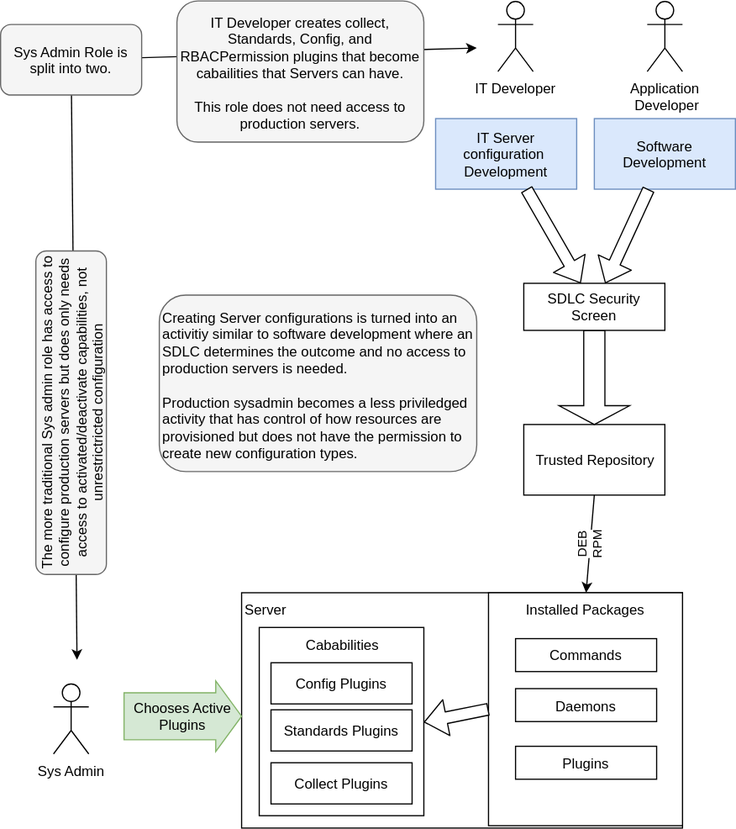
junga-com/bg-core keeps this draw.io diagram as doc/distributedConfiguration.svg. Above is the earlier version. Source tidied: cells renumbered, new cells last; positions are measured from the earlier drawing's top-left corner, leaving out a move shared by most shapes.
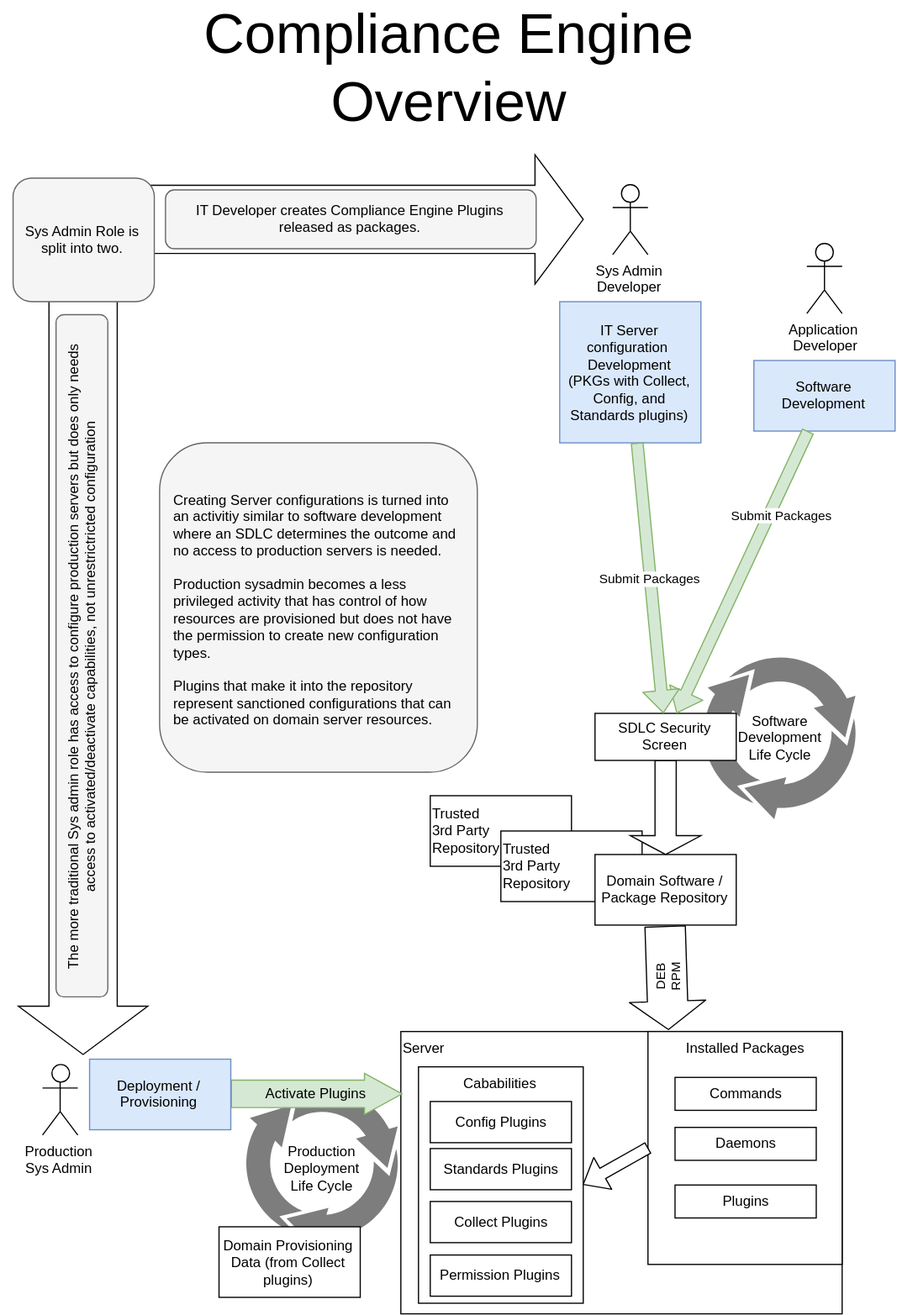
After the change.

What changed in the source:
```diff
@@ -2,93 +2,114 @@
   <root>
     <mxCell id="0" />
     <mxCell id="1" parent="0" />
+    <mxCell id="30" value="Production&lt;br&gt;Deployment&lt;br&gt;Life Cycle&lt;br&gt;" style="shadow=0;dashed=0;html=1;strokeColor=none;labelPosition=center;verticalLabelPosition=middle;verticalAlign=middle;align=center;shape=mxgraph.mscae.general.continuous_cycle;fillColor=#7D7D7D;" parent="1" vertex="1">
+      <mxGeometry x="288" y="851" width="134" height="140" as="geometry" />
+    </mxCell>
+    <mxCell id="31" value="Software&lt;br&gt;Development&lt;br&gt;Life Cycle&lt;br&gt;" style="shadow=0;dashed=0;html=1;strokeColor=none;labelPosition=center;verticalLabelPosition=middle;verticalAlign=middle;align=center;shape=mxgraph.mscae.general.continuous_cycle;fillColor=#7D7D7D;" parent="1" vertex="1">
+      <mxGeometry x="677" y="485" width="134" height="140" as="geometry" />
+    </mxCell>
+    <mxCell id="32" value="Trusted&lt;br&gt;3rd&amp;nbsp;&lt;span&gt;Party&lt;br&gt;Repository&lt;/span&gt;&lt;br&gt;" style="rounded=0;whiteSpace=wrap;html=1;align=left;" parent="1" vertex="1">
+      <mxGeometry x="447" y="605" width="120" height="60" as="geometry" />
+    </mxCell>
+    <mxCell id="33" value="Trusted&lt;br&gt;3rd&amp;nbsp;&lt;span&gt;Party&lt;br&gt;Repository&lt;/span&gt;&lt;br&gt;" style="rounded=0;whiteSpace=wrap;html=1;align=left;" parent="1" vertex="1">
+      <mxGeometry x="507" y="635" width="120" height="60" as="geometry" />
+    </mxCell>
+    <mxCell id="34" style="html=1;shadow=0;dashed=0;align=center;verticalAlign=middle;shape=mxgraph.arrows2.bendDoubleArrow;dy=29;dx=41;arrowHead=110;rounded=0;fontStyle=1;" parent="1" vertex="1">
+      <mxGeometry x="97" y="60" width="480" height="765" as="geometry" />
+    </mxCell>
-    <mxCell id="2" value="Trusted Repository" style="rounded=0;whiteSpace=wrap;html=1;" parent="1" vertex="1">
-      <mxGeometry x="522" y="360" width="120" height="60" as="geometry" />
+    <mxCell id="2" value="Domain Software / Package Repository" style="rounded=0;whiteSpace=wrap;html=1;" parent="1" vertex="1">
+      <mxGeometry x="587" y="655" width="120" height="60" as="geometry" />
     </mxCell>
     <mxCell id="3" value="&lt;div style=&quot;text-align: left&quot;&gt;&lt;span&gt;Server&lt;/span&gt;&lt;/div&gt;" style="rounded=0;whiteSpace=wrap;html=1;align=left;verticalAlign=top;" parent="1" vertex="1">
-      <mxGeometry x="282" y="503" width="375" height="200" as="geometry" />
+      <mxGeometry x="422" y="805.5" width="375" height="240" as="geometry" />
     </mxCell>
     <mxCell id="4" value="Cababilities" style="rounded=0;whiteSpace=wrap;html=1;align=center;verticalAlign=top;" parent="1" vertex="1">
-      <mxGeometry x="297" y="532.5" width="140" height="160" as="geometry" />
+      <mxGeometry x="437" y="835.5" width="140" height="201" as="geometry" />
     </mxCell>
     <mxCell id="5" value="Installed Packages" style="rounded=0;whiteSpace=wrap;html=1;align=center;verticalAlign=top;" parent="1" vertex="1">
-      <mxGeometry x="492" y="503" width="165" height="198" as="geometry" />
+      <mxGeometry x="632" y="805.5" width="165" height="198" as="geometry" />
     </mxCell>
-    <mxCell id="6" value="DEB&lt;br&gt;RPM" style="endArrow=classic;html=1;entryX=0.5;entryY=0;exitX=0.5;exitY=1;horizontal=0;" parent="1" edge="1" source="2" target="5">
-      <mxGeometry relative="1" as="geometry" />
+    <mxCell id="6" value="DEB&lt;br&gt;RPM" style="endArrow=classic;html=1;entryX=0.106;entryY=-0.006;exitX=0.5;exitY=1;horizontal=0;shape=flexArrow;endWidth=29.59183673469388;endSize=7.671428571428572;width=34.285714285714285;entryPerimeter=0;" parent="1" edge="1" source="2" target="5">
+      <mxGeometry y="1" relative="1" as="geometry">
+        <mxPoint y="-1" as="offset" />
+      </mxGeometry>
     </mxCell>
     <mxCell id="7" value="Collect Plugins" style="rounded=0;whiteSpace=wrap;html=1;align=center;" parent="1" vertex="1">
-      <mxGeometry x="307" y="647.5" width="120" height="35" as="geometry" />
+      <mxGeometry x="447" y="950" width="120" height="35" as="geometry" />
     </mxCell>
     <mxCell id="8" value="Standards Plugins" style="rounded=0;whiteSpace=wrap;html=1;align=center;" parent="1" vertex="1">
-      <mxGeometry x="307" y="602.5" width="120" height="35" as="geometry" />
+      <mxGeometry x="447" y="905" width="120" height="35" as="geometry" />
     </mxCell>
     <mxCell id="9" value="Config Plugins" style="rounded=0;whiteSpace=wrap;html=1;align=center;" parent="1" vertex="1">
-      <mxGeometry x="307" y="562.5" width="120" height="35" as="geometry" />
+      <mxGeometry x="447" y="865" width="120" height="35" as="geometry" />
     </mxCell>
     <mxCell id="10" value="Commands" style="rounded=0;whiteSpace=wrap;html=1;" parent="1" vertex="1">
-      <mxGeometry x="515" y="542" width="120" height="28" as="geometry" />
+      <mxGeometry x="655" y="844.5" width="120" height="28" as="geometry" />
     </mxCell>
     <mxCell id="11" value="Daemons" style="rounded=0;whiteSpace=wrap;html=1;" parent="1" vertex="1">
-      <mxGeometry x="515" y="584.5" width="120" height="28" as="geometry" />
+      <mxGeometry x="655" y="887" width="120" height="28" as="geometry" />
     </mxCell>
     <mxCell id="12" value="Plugins" style="rounded=0;whiteSpace=wrap;html=1;" parent="1" vertex="1">
-      <mxGeometry x="515" y="633.5" width="120" height="28" as="geometry" />
+      <mxGeometry x="655" y="936" width="120" height="28" as="geometry" />
     </mxCell>
     <mxCell id="13" style="shape=flexArrow;endArrow=classic;html=1;fillColor=#ffffff;exitX=0;exitY=0.5;entryX=1;entryY=0.5;" parent="1" edge="1" source="5" target="4">
       <mxGeometry relative="1" as="geometry" />
     </mxCell>
     <mxCell id="14" style="shape=singleArrow;direction=south;whiteSpace=wrap;html=1;align=center;" parent="1" vertex="1">
-      <mxGeometry x="552" y="280" width="60" height="80" as="geometry" />
+      <mxGeometry x="617" y="575" width="60" height="80" as="geometry" />
     </mxCell>
     <mxCell id="15" value="SDLC Security Screen" style="rounded=0;whiteSpace=wrap;html=1;" parent="1" vertex="1">
-      <mxGeometry x="522" y="240" width="120" height="40" as="geometry" />
+      <mxGeometry x="587" y="535" width="120" height="40" as="geometry" />
     </mxCell>
     <mxCell id="16" value="Software Development" style="rounded=0;whiteSpace=wrap;html=1;fillColor=#dae8fc;strokeColor=#6c8ebf;" parent="1" vertex="1">
-      <mxGeometry x="582" y="100" width="120" height="60" as="geometry" />
+      <mxGeometry x="722" y="235" width="120" height="60" as="geometry" />
     </mxCell>
-    <mxCell id="17" value="IT Server configuration&amp;nbsp; Development" style="rounded=0;whiteSpace=wrap;html=1;fillColor=#dae8fc;strokeColor=#6c8ebf;" parent="1" vertex="1">
-      <mxGeometry x="447" y="100" width="120" height="60" as="geometry" />
+    <mxCell id="17" value="IT Server configuration&amp;nbsp; Development&lt;br&gt;(PKGs with Collect, Config, and Standards plugins)&lt;br&gt;" style="rounded=0;whiteSpace=wrap;html=1;fillColor=#dae8fc;strokeColor=#6c8ebf;" parent="1" vertex="1">
+      <mxGeometry x="557" y="185" width="120" height="120" as="geometry" />
     </mxCell>
-    <mxCell id="18" style="shape=flexArrow;endArrow=classic;html=1;fillColor=#ffffff;" parent="1" edge="1" source="16" target="15">
-      <mxGeometry relative="1" as="geometry" />
+    <mxCell id="18" value="Submit Packages" style="shape=flexArrow;endArrow=classic;html=1;fillColor=#d5e8d4;horizontal=1;strokeColor=#82b366;comic=0;" parent="1" edge="1" source="16" target="15">
+      <mxGeometry x="-0.45" y="10" relative="1" as="geometry">
+        <mxPoint y="1" as="offset" />
+      </mxGeometry>
     </mxCell>
-    <mxCell id="19" style="shape=flexArrow;endArrow=classic;html=1;fillColor=#ffffff;" parent="1" edge="1" source="17" target="15">
+    <mxCell id="19" value="Submit Packages" style="shape=flexArrow;endArrow=classic;html=1;fillColor=#d5e8d4;strokeColor=#82b366;" parent="1" edge="1" source="17" target="15">
       <mxGeometry relative="1" as="geometry" />
     </mxCell>
-    <mxCell id="20" value="IT Developer" style="shape=umlActor;verticalLabelPosition=bottom;labelBackgroundColor=#ffffff;verticalAlign=top;html=1;align=center;" parent="1" vertex="1">
-      <mxGeometry x="500" width="30" height="60" as="geometry" />
+    <mxCell id="20" value="Sys Admin&lt;br&gt;Developer" style="shape=umlActor;verticalLabelPosition=bottom;labelBackgroundColor=#ffffff;verticalAlign=top;html=1;align=center;" parent="1" vertex="1">
+      <mxGeometry x="602" y="85" width="30" height="60" as="geometry" />
     </mxCell>
     <mxCell id="21" value="Application&lt;br&gt;&amp;nbsp;Developer" style="shape=umlActor;verticalLabelPosition=bottom;labelBackgroundColor=#ffffff;verticalAlign=top;html=1;align=center;" parent="1" vertex="1">
-      <mxGeometry x="627" width="30" height="60" as="geometry" />
+      <mxGeometry x="767" y="135" width="30" height="60" as="geometry" />
     </mxCell>
-    <mxCell id="22" value="Sys Admin" style="shape=umlActor;verticalLabelPosition=bottom;labelBackgroundColor=#ffffff;verticalAlign=top;html=1;align=center;" parent="1" vertex="1">
-      <mxGeometry x="122" y="580" width="30" height="60" as="geometry" />
+    <mxCell id="22" value="Production&lt;br&gt;Sys Admin" style="shape=umlActor;verticalLabelPosition=bottom;labelBackgroundColor=#ffffff;verticalAlign=top;html=1;align=center;" parent="1" vertex="1">
+      <mxGeometry x="117.5" y="833.5" width="30" height="60" as="geometry" />
     </mxCell>
-    <mxCell id="23" value="Chooses Active&lt;br&gt;Plugins&lt;br&gt;" style="shape=singleArrow;whiteSpace=wrap;html=1;align=center;arrowWidth=0.6666666666666666;arrowSize=0.22;fillColor=#d5e8d4;strokeColor=#82b366;" parent="1" vertex="1">
-      <mxGeometry x="182" y="578" width="100" height="60" as="geometry" />
+    <mxCell id="23" value="Activate&amp;nbsp;Plugins&lt;br&gt;" style="shape=singleArrow;whiteSpace=wrap;html=1;align=center;arrowWidth=0.6666666666666666;arrowSize=0.22;fillColor=#d5e8d4;strokeColor=#82b366;" parent="1" vertex="1">
+      <mxGeometry x="278" y="841" width="145" height="35" as="geometry" />
     </mxCell>
-    <mxCell id="24" style="rounded=0;html=1;jettySize=auto;" parent="1" edge="1" source="26">
-      <mxGeometry relative="1" as="geometry">
-        <mxPoint x="142" y="560" as="targetPoint" />
-      </mxGeometry>
-    </mxCell>
-    <mxCell id="25" style="edgeStyle=none;rounded=0;html=1;jettySize=auto;" parent="1" edge="1" source="26">
-      <mxGeometry relative="1" as="geometry">
-        <mxPoint x="482" y="40" as="targetPoint" />
-      </mxGeometry>
-    </mxCell>
     <mxCell id="26" value="&lt;span&gt;Sys Admin Role is split into two.&lt;/span&gt;" style="rounded=1;whiteSpace=wrap;html=1;align=center;fillColor=#f5f5f5;strokeColor=#666666;" parent="1" vertex="1">
-      <mxGeometry x="77" y="20" width="120" height="60" as="geometry" />
+      <mxGeometry x="92.5" y="80" width="120" height="105" as="geometry" />
     </mxCell>
-    <mxCell id="27" value="IT Developer creates collect, Standards, Config, and RBACPermission plugins that become cabailities that Servers can have.&lt;br&gt;&lt;br&gt;This role does not need access to production servers.&lt;br&gt;" style="rounded=1;whiteSpace=wrap;html=1;align=center;fillColor=#f5f5f5;strokeColor=#666666;" parent="1" vertex="1">
-      <mxGeometry x="227" width="210" height="120" as="geometry" />
+    <mxCell id="27" value="IT Developer creates Compliance Engine Plugins released as packages.&lt;br&gt;" style="rounded=1;whiteSpace=wrap;html=1;align=center;fillColor=#f5f5f5;strokeColor=#666666;spacing=3;" parent="1" vertex="1">
+      <mxGeometry x="222" y="90" width="315" height="50" as="geometry" />
     </mxCell>
-    <mxCell id="28" value="The more traditional Sys admin role has access to configure production servers but does only needs access to activated/deactivate capabilities, not unrestrictricted configuration" style="rounded=1;whiteSpace=wrap;html=1;align=center;rotation=-90;fillColor=#f5f5f5;strokeColor=#666666;" parent="1" vertex="1">
-      <mxGeometry x="-0.5" y="320" width="275" height="60" as="geometry" />
+    <mxCell id="28" value="The more traditional Sys admin role has access to configure production servers but does only needs access to activated/deactivate capabilities, not unrestrictricted configuration" style="rounded=1;whiteSpace=wrap;html=1;align=center;rotation=-90;fillColor=#f5f5f5;strokeColor=#666666;spacing=8;" parent="1" vertex="1">
+      <mxGeometry x="-139" y="464" width="580" height="44" as="geometry" />
     </mxCell>
-    <mxCell id="29" value="Creating Server configurations is turned into an activitiy similar to software development where an SDLC determines the outcome and no access to production servers is needed.&amp;nbsp;&lt;br&gt;&lt;br&gt;Production sysadmin becomes a less priviledged activity that has control of how resources are provisioned but does not have the permission to create new configuration types.&lt;br&gt;" style="rounded=1;whiteSpace=wrap;html=1;fillColor=#f5f5f5;strokeColor=#666666;align=left;" parent="1" vertex="1">
-      <mxGeometry x="212" y="250" width="270" height="150" as="geometry" />
+    <mxCell id="29" value="Creating Server configurations is turned into an activitiy similar to software development where an SDLC determines the outcome and no access to production servers is needed.&amp;nbsp;&lt;br&gt;&lt;br&gt;Production sysadmin becomes a less privileged activity that has control of how resources are provisioned but does not have the permission to create new configuration types.&lt;br&gt;&lt;br&gt;Plugins that make it into the repository represent sanctioned configurations that can be activated on domain server resources.&lt;br&gt;" style="rounded=1;whiteSpace=wrap;html=1;fillColor=#f5f5f5;strokeColor=#666666;align=left;spacing=12;" parent="1" vertex="1">
+      <mxGeometry x="217" y="305" width="270" height="280" as="geometry" />
     </mxCell>
+    <mxCell id="35" value="Permission Plugins" style="rounded=0;whiteSpace=wrap;html=1;align=center;" parent="1" vertex="1">
+      <mxGeometry x="447" y="995.5" width="120" height="35" as="geometry" />
+    </mxCell>
+    <mxCell id="36" value="Deployment / Provisioning" style="rounded=0;whiteSpace=wrap;html=1;fillColor=#dae8fc;strokeColor=#6c8ebf;" parent="1" vertex="1">
+      <mxGeometry x="157.5" y="829" width="120" height="60" as="geometry" />
+    </mxCell>
+    <mxCell id="37" value="Domain Provisioning Data (from Collect plugins)" style="rounded=0;whiteSpace=wrap;html=1;" parent="1" vertex="1">
+      <mxGeometry x="267.5" y="971.5" width="120" height="60" as="geometry" />
+    </mxCell>
+    <mxCell id="38" value="&lt;span&gt;Compliance Engine&lt;br&gt;Overview&lt;br&gt;&lt;/span&gt;" style="text;html=1;strokeColor=none;fillColor=none;align=center;verticalAlign=middle;whiteSpace=wrap;rounded=0;fontSize=48;" parent="1" vertex="1">
+      <mxGeometry x="82" y="-70" width="760" height="110" as="geometry" />
+    </mxCell>
   </root>
 </mxGraphModel>
```
